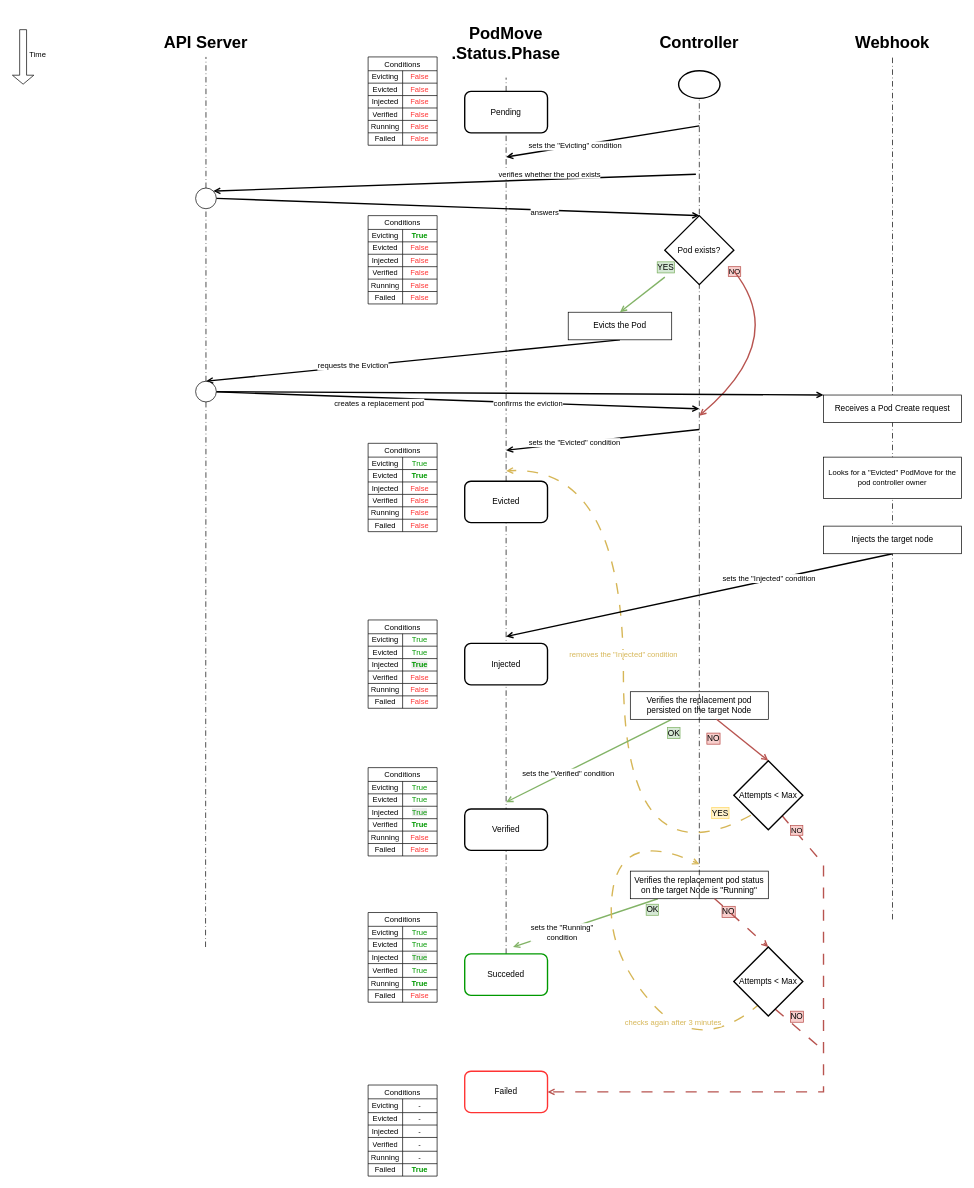
andreabuon/podtetris keeps this draw.io diagram as notes/timeline-evicting.drawio. Above is the earlier version. Source tidied: cells renumbered, new cells numbered last; positions are measured from the earlier drawing's top-left corner, leaving out a move shared by most shapes. Both pictures are drawn from the tidied source at 69%, with x=0, y=0 at pixel (23, 29).
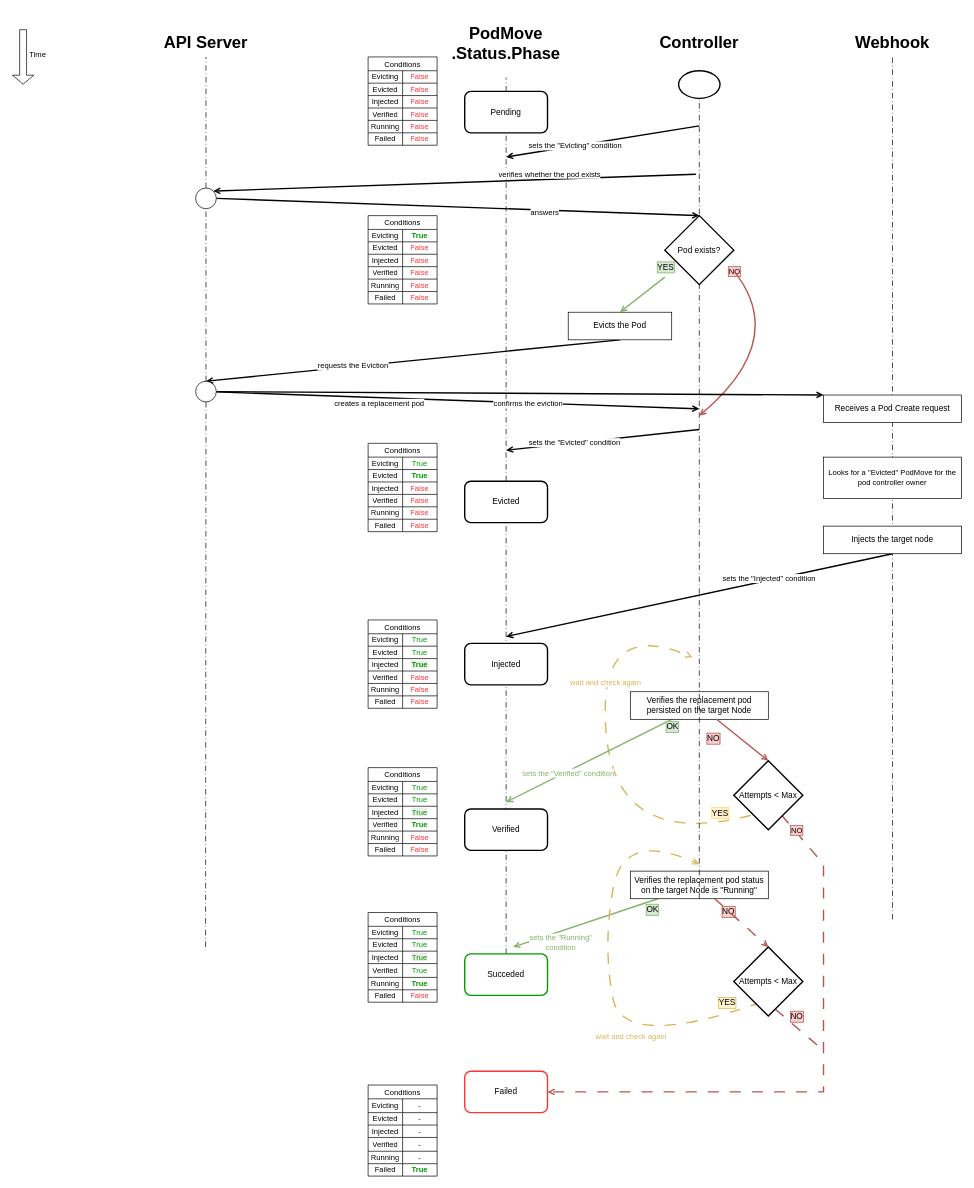
The same diagram, later.

Commit message (it also covers changes not shown here):
docs(timeline): add "wait and check again" when persist check fails, fix font colors, add missing YES box

Unchanged cells that the change refers to:
```xml
<mxCell id="11" style="endArrow=open;html=1;rounded=0;strokeWidth=2;endFill=0;fillColor=#d5e8d4;strokeColor=#82b366;" parent="1" edge="1" source="24">
  <mxGeometry relative="1" as="geometry">
    <mxPoint x="700" y="1120" as="targetPoint" />
  </mxGeometry>
</mxCell>
<mxCell id="37" value="Attempts &amp;lt; Max" style="strokeWidth=2;html=1;shape=mxgraph.flowchart.decision;whiteSpace=wrap;" parent="1" vertex="1">
  <mxGeometry x="1030" y="1060" width="100" height="100" as="geometry" />
</mxCell>
<mxCell id="48" value="Attempts &amp;lt; Max" style="strokeWidth=2;html=1;shape=mxgraph.flowchart.decision;whiteSpace=wrap;" parent="1" vertex="1">
  <mxGeometry x="1030" y="1330" width="100" height="100" as="geometry" />
</mxCell>
```

Change to the diagram source:
```diff
@@
     <mxCell id="3" style="endArrow=open;html=1;rounded=0;strokeWidth=2;endFill=0;fillColor=#fff2cc;strokeColor=#d6b656;dashed=1;dashPattern=8 8;curved=1;exitX=0.247;exitY=0.79;exitDx=0;exitDy=0;exitPerimeter=0;" parent="1" edge="1" source="37">
       <mxGeometry relative="1" as="geometry">
-        <mxPoint x="700" y="640" as="targetPoint" />
+        <mxPoint x="970" y="910" as="targetPoint" />
         <Array as="points">
-          <mxPoint x="870" y="1240" />
-          <mxPoint x="870" y="630" />
+          <mxPoint x="860" y="1190" />
+          <mxPoint x="830" y="850" />
         </Array>
       </mxGeometry>
     </mxCell>
-    <mxCell id="4" value="&lt;span style=&quot;color: rgb(214, 182, 86);&quot;&gt;removes the &quot;Injected&quot; condition&lt;/span&gt;" style="edgeLabel;html=1;align=center;verticalAlign=middle;" parent="3" vertex="1">
-      <mxGeometry x="0.1" y="1" relative="1" as="geometry" />
+    <mxCell id="4" value="&lt;span style=&quot;color: rgb(214, 182, 86);&quot;&gt;wait and check again&lt;/span&gt;" style="edgeLabel;html=1;align=center;verticalAlign=middle;" parent="3" vertex="1">
+      <mxGeometry x="0.1" y="1" relative="1" as="geometry">
+        <mxPoint y="-64" as="offset" />
+      </mxGeometry>
     </mxCell>
@@
+    <mxCell id="13" value="&lt;div&gt;&lt;span style=&quot;color: rgb(130, 179, 102);&quot;&gt;sets the &quot;Verified&quot; condition&lt;/span&gt;&lt;/div&gt;" style="edgeLabel;html=1;align=center;verticalAlign=middle;" parent="11" vertex="1">
+      <mxGeometry x="0.26" y="2" relative="1" as="geometry" />
+    </mxCell>
-    <mxCell id="12" value="OK" style="edgeLabel;html=1;align=center;verticalAlign=middle;labelBackgroundColor=#d5e8d4;labelBorderColor=#82b366;fontSize=12;" parent="11" vertex="1">
+    <mxCell id="12" value="YES" style="edgeLabel;html=1;align=center;verticalAlign=middle;labelBackgroundColor=#fff2cc;labelBorderColor=#d6b656;fontSize=12;" parent="11" vertex="1">
       <mxGeometry x="-0.56" y="-1" relative="1" as="geometry">
-        <mxPoint x="56" y="-6" as="offset" />
+        <mxPoint x="133" y="385" as="offset" />
       </mxGeometry>
     </mxCell>
-    <mxCell id="13" value="&lt;div&gt;sets the &quot;Verified&quot; condition&lt;/div&gt;" style="edgeLabel;html=1;align=center;verticalAlign=middle;" parent="11" vertex="1">
-      <mxGeometry x="0.26" y="2" relative="1" as="geometry" />
-    </mxCell>
@@
     <mxCell id="42" style="endArrow=open;html=1;rounded=0;strokeWidth=2;endFill=0;fillColor=#fff2cc;strokeColor=#d6b656;dashed=1;dashPattern=8 8;curved=1;exitX=0.4;exitY=0.8;exitDx=0;exitDy=0;exitPerimeter=0;" parent="1" edge="1" source="48">
       <mxGeometry relative="1" as="geometry">
         <mxPoint x="980" y="1210" as="targetPoint" />
         <Array as="points">
-          <mxPoint x="980" y="1490" />
+          <mxPoint x="870" y="1480" />
           <mxPoint x="840" y="1330" />
           <mxPoint x="870" y="1160" />
         </Array>
       </mxGeometry>
     </mxCell>
-    <mxCell id="43" value="sets the &quot;Running&quot;&lt;div&gt;condition&lt;/div&gt;" style="edgeLabel;html=1;align=center;verticalAlign=middle;" parent="42" vertex="1">
+    <mxCell id="43" value="&lt;span style=&quot;color: rgb(130, 179, 102);&quot;&gt;sets the &quot;Running&quot;&lt;/span&gt;&lt;div&gt;&lt;span style=&quot;color: rgb(130, 179, 102);&quot;&gt;condition&lt;/span&gt;&lt;/div&gt;" style="edgeLabel;html=1;align=center;verticalAlign=middle;" parent="42" vertex="1">
       <mxGeometry x="0.1" y="1" relative="1" as="geometry">
         <mxPoint x="-61" y="-10" as="offset" />
       </mxGeometry>
     </mxCell>
@@
-    <mxCell id="45" value="&lt;span style=&quot;color: rgb(214, 182, 86);&quot;&gt;checks again after 3 minutes&lt;/span&gt;" style="edgeLabel;html=1;align=center;verticalAlign=middle;" parent="42" vertex="1">
-      <mxGeometry x="-0.41" y="-5" relative="1" as="geometry" />
+    <mxCell id="45" value="&lt;span style=&quot;color: rgb(214, 182, 86);&quot;&gt;wait and check again&lt;/span&gt;" style="edgeLabel;html=1;align=center;verticalAlign=middle;" parent="42" vertex="1">
+      <mxGeometry x="-0.41" y="-5" relative="1" as="geometry">
+        <mxPoint x="-5" y="-10" as="offset" />
+      </mxGeometry>
     </mxCell>
@@
+    <mxCell id="207" value="OK" style="edgeLabel;html=1;align=center;verticalAlign=middle;labelBackgroundColor=#d5e8d4;labelBorderColor=#82b366;fontSize=12;" parent="1" vertex="1">
+      <mxGeometry x="940" y="1010" as="geometry" />
+    </mxCell>
```
